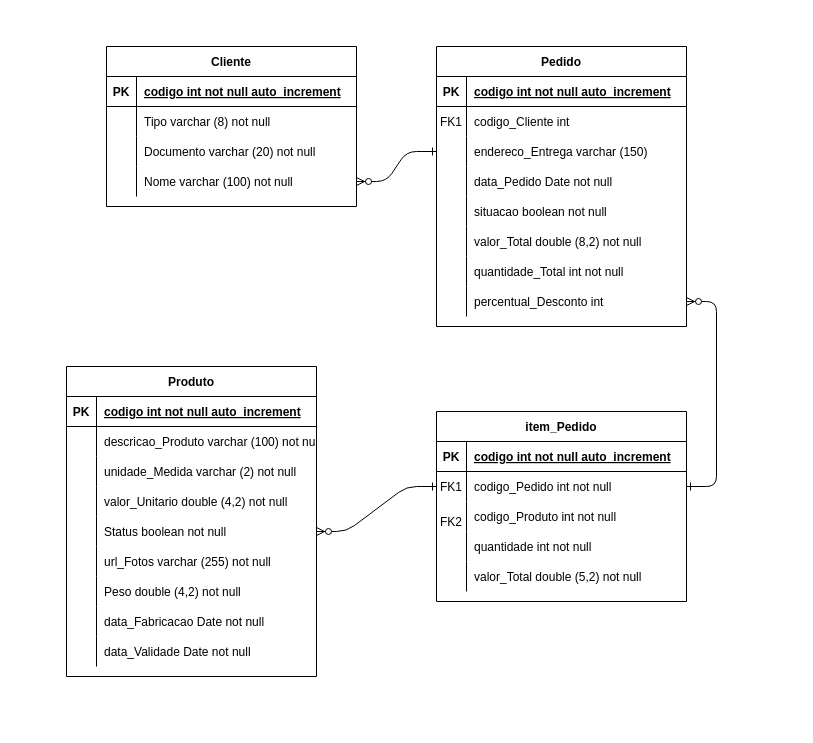
This is Modelagem/MER.drawio from anamelotm/Chocolate-ponto-e-virgula, a draw.io file, before an edit. Source tidied: cells renumbered, new cells numbered last; positions are measured from the earlier drawing's top-left corner, leaving out a move shared by most shapes. Both pictures are drawn from the tidied source at 100%, with x=0, y=0 at pixel (66, 46).
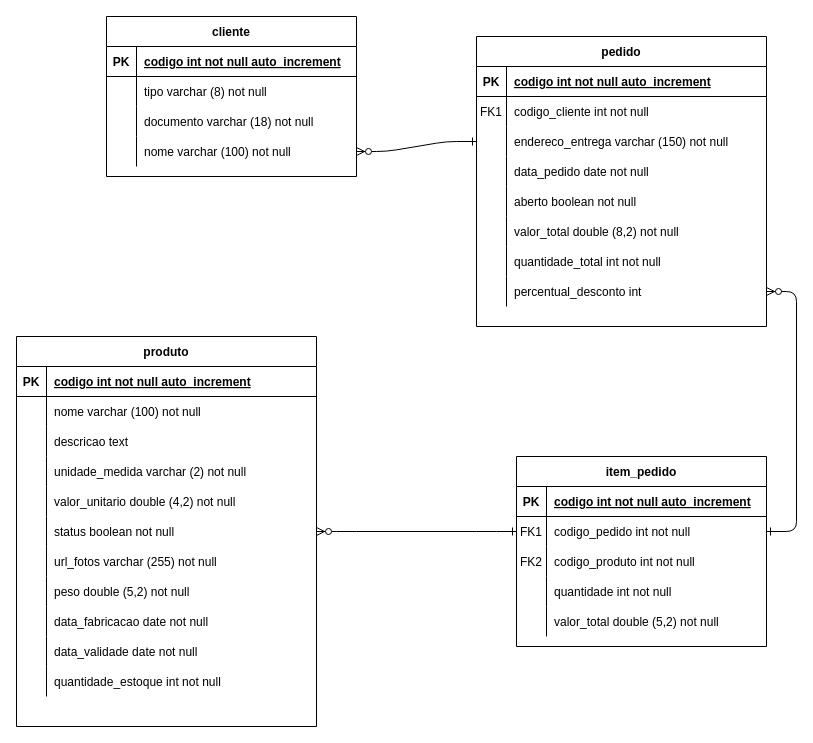
The same diagram, later.

Unchanged cells that the change refers to:
```xml
<mxCell id="31" style="shape=partialRectangle;fillColor=none;points=[[0,0.5],[1,0.5]];portConstraint=eastwest;top=0;left=0;right=0;bottom=0;" parent="27" vertex="1">
  <mxGeometry y="60" width="250" height="30" as="geometry" />
</mxCell>
<mxCell id="34" style="shape=partialRectangle;fillColor=none;top=0;left=0;right=0;bottom=0;" parent="27" vertex="1">
  <mxGeometry y="90" width="250" height="30" as="geometry" />
</mxCell>
<mxCell id="40" style="shape=partialRectangle;fillColor=none;top=0;left=0;right=0;bottom=0;" parent="27" vertex="1">
  <mxGeometry y="150" width="250" height="30" as="geometry" />
</mxCell>
<mxCell id="47" style="shape=partialRectangle;fillColor=none;top=0;left=0;right=0;bottom=0;" parent="43" vertex="1">
  <mxGeometry y="60" width="250" height="30" as="geometry" />
</mxCell>
<mxCell id="50" style="shape=partialRectangle;fillColor=none;top=0;left=0;right=0;bottom=0;" parent="43" vertex="1">
  <mxGeometry y="90" width="250" height="30" as="geometry" />
</mxCell>
<mxCell id="53" style="shape=partialRectangle;fillColor=none;points=[[0,0.5],[1,0.5]];portConstraint=eastwest;top=0;left=0;right=0;bottom=0;" parent="43" vertex="1">
  <mxGeometry y="120" width="250" height="30" as="geometry" />
</mxCell>
```

Diff of the diagram source:
```diff
@@
-    <mxCell id="2" value="Pedido" style="shape=table;startSize=30;childLayout=tableLayout;rowLines=0;fontStyle=1;align=center;" parent="1" vertex="1">
-      <mxGeometry x="370" width="250" height="280" as="geometry" />
+    <mxCell id="2" value="pedido" style="shape=table;startSize=30;childLayout=tableLayout;rowLines=0;fontStyle=1;align=center;" parent="1" vertex="1">
+      <mxGeometry x="410" y="-10" width="290" height="290" as="geometry" />
     </mxCell>
     <mxCell id="3" style="shape=partialRectangle;fillColor=none;top=0;left=0;right=0;bottom=1;" parent="2" vertex="1">
-      <mxGeometry y="30" width="250" height="30" as="geometry" />
+      <mxGeometry y="30" width="290" height="30" as="geometry" />
     </mxCell>
@@
     <mxCell id="5" value="codigo int not null auto_increment" style="shape=partialRectangle;overflow=hidden;fillColor=none;top=0;left=0;bottom=0;right=0;align=left;spacingLeft=6;fontStyle=5;" parent="3" vertex="1">
-      <mxGeometry x="30" width="220" height="30" as="geometry" />
+      <mxGeometry x="30" width="260" height="30" as="geometry" />
     </mxCell>
     <mxCell id="6" style="shape=partialRectangle;fillColor=none;top=0;left=0;right=0;bottom=0;" parent="2" vertex="1">
-      <mxGeometry y="60" width="250" height="30" as="geometry" />
+      <mxGeometry y="60" width="290" height="30" as="geometry" />
     </mxCell>
@@
-    <mxCell id="8" value="codigo_Cliente int" style="shape=partialRectangle;overflow=hidden;fillColor=none;top=0;left=0;bottom=0;right=0;align=left;spacingLeft=6;" parent="6" vertex="1">
-      <mxGeometry x="30" width="220" height="30" as="geometry" />
+    <mxCell id="8" value="codigo_cliente int not null" style="shape=partialRectangle;overflow=hidden;fillColor=none;top=0;left=0;bottom=0;right=0;align=left;spacingLeft=6;" parent="6" vertex="1">
+      <mxGeometry x="30" width="260" height="30" as="geometry" />
     </mxCell>
     <mxCell id="9" style="shape=partialRectangle;fillColor=none;points=[[0,0.5],[1,0.5]];portConstraint=eastwest;top=0;left=0;right=0;bottom=0;" parent="2" vertex="1">
-      <mxGeometry y="90" width="250" height="30" as="geometry" />
+      <mxGeometry y="90" width="290" height="30" as="geometry" />
     </mxCell>
@@
-    <mxCell id="11" value="endereco_Entrega varchar (150)" style="shape=partialRectangle;overflow=hidden;fillColor=none;top=0;left=0;bottom=0;right=0;align=left;spacingLeft=6;" parent="9" vertex="1">
-      <mxGeometry x="30" width="220" height="30" as="geometry" />
+    <mxCell id="11" value="endereco_entrega varchar (150) not null" style="shape=partialRectangle;overflow=hidden;fillColor=none;top=0;left=0;bottom=0;right=0;align=left;spacingLeft=6;" parent="9" vertex="1">
+      <mxGeometry x="30" width="260" height="30" as="geometry" />
     </mxCell>
     <mxCell id="12" style="shape=partialRectangle;fillColor=none;top=0;left=0;right=0;bottom=0;" parent="2" vertex="1">
-      <mxGeometry y="120" width="250" height="30" as="geometry" />
+      <mxGeometry y="120" width="290" height="30" as="geometry" />
     </mxCell>
@@
-    <mxCell id="14" value="data_Pedido Date not null" style="shape=partialRectangle;overflow=hidden;fillColor=none;top=0;left=0;bottom=0;right=0;align=left;spacingLeft=6;" parent="12" vertex="1">
-      <mxGeometry x="30" width="220" height="30" as="geometry" />
+    <mxCell id="14" value="data_pedido date not null" style="shape=partialRectangle;overflow=hidden;fillColor=none;top=0;left=0;bottom=0;right=0;align=left;spacingLeft=6;" parent="12" vertex="1">
+      <mxGeometry x="30" width="260" height="30" as="geometry" />
     </mxCell>
     <mxCell id="15" style="shape=partialRectangle;fillColor=none;top=0;left=0;right=0;bottom=0;" parent="2" vertex="1">
-      <mxGeometry y="150" width="250" height="30" as="geometry" />
+      <mxGeometry y="150" width="290" height="30" as="geometry" />
     </mxCell>
@@
-    <mxCell id="17" value="situacao boolean not null" style="shape=partialRectangle;overflow=hidden;fillColor=none;top=0;left=0;bottom=0;right=0;align=left;spacingLeft=6;" parent="15" vertex="1">
-      <mxGeometry x="30" width="220" height="30" as="geometry" />
+    <mxCell id="17" value="aberto boolean not null" style="shape=partialRectangle;overflow=hidden;fillColor=none;top=0;left=0;bottom=0;right=0;align=left;spacingLeft=6;" parent="15" vertex="1">
+      <mxGeometry x="30" width="260" height="30" as="geometry" />
     </mxCell>
     <mxCell id="18" style="shape=partialRectangle;fillColor=none;top=0;left=0;right=0;bottom=0;" parent="2" vertex="1">
-      <mxGeometry y="180" width="250" height="30" as="geometry" />
+      <mxGeometry y="180" width="290" height="30" as="geometry" />
     </mxCell>
@@
-    <mxCell id="20" value="valor_Total double (8,2) not null" style="shape=partialRectangle;overflow=hidden;fillColor=none;top=0;left=0;bottom=0;right=0;align=left;spacingLeft=6;" parent="18" vertex="1">
-      <mxGeometry x="30" width="220" height="30" as="geometry" />
+    <mxCell id="20" value="valor_total double (8,2) not null" style="shape=partialRectangle;overflow=hidden;fillColor=none;top=0;left=0;bottom=0;right=0;align=left;spacingLeft=6;" parent="18" vertex="1">
+      <mxGeometry x="30" width="260" height="30" as="geometry" />
     </mxCell>
     <mxCell id="21" style="shape=partialRectangle;fillColor=none;top=0;left=0;right=0;bottom=0;" parent="2" vertex="1">
-      <mxGeometry y="210" width="250" height="30" as="geometry" />
+      <mxGeometry y="210" width="290" height="30" as="geometry" />
     </mxCell>
@@
-    <mxCell id="23" value="quantidade_Total int not null" style="shape=partialRectangle;overflow=hidden;fillColor=none;top=0;left=0;bottom=0;right=0;align=left;spacingLeft=6;" parent="21" vertex="1">
-      <mxGeometry x="30" width="220" height="30" as="geometry" />
+    <mxCell id="23" value="quantidade_total int not null" style="shape=partialRectangle;overflow=hidden;fillColor=none;top=0;left=0;bottom=0;right=0;align=left;spacingLeft=6;" parent="21" vertex="1">
+      <mxGeometry x="30" width="260" height="30" as="geometry" />
     </mxCell>
     <mxCell id="24" style="shape=partialRectangle;fillColor=none;points=[[0,0.5],[1,0.5]];portConstraint=eastwest;top=0;left=0;right=0;bottom=0;" parent="2" vertex="1">
-      <mxGeometry y="240" width="250" height="30" as="geometry" />
+      <mxGeometry y="240" width="290" height="30" as="geometry" />
     </mxCell>
@@
-    <mxCell id="26" value="percentual_Desconto int" style="shape=partialRectangle;overflow=hidden;fillColor=none;top=0;left=0;bottom=0;right=0;align=left;spacingLeft=6;" parent="24" vertex="1">
-      <mxGeometry x="30" width="220" height="30" as="geometry" />
+    <mxCell id="26" value="percentual_desconto int" style="shape=partialRectangle;overflow=hidden;fillColor=none;top=0;left=0;bottom=0;right=0;align=left;spacingLeft=6;" parent="24" vertex="1">
+      <mxGeometry x="30" width="260" height="30" as="geometry" />
     </mxCell>
-    <mxCell id="27" value="item_Pedido" style="shape=table;startSize=30;childLayout=tableLayout;rowLines=0;fontStyle=1;align=center;" parent="1" vertex="1">
-      <mxGeometry x="370" y="365" width="250" height="190" as="geometry" />
+    <mxCell id="27" value="item_pedido" style="shape=table;startSize=30;childLayout=tableLayout;rowLines=0;fontStyle=1;align=center;" parent="1" vertex="1">
+      <mxGeometry x="450" y="410" width="250" height="190" as="geometry" />
     </mxCell>
@@
-    <mxCell id="33" value="codigo_Pedido int not null" style="shape=partialRectangle;overflow=hidden;fillColor=none;top=0;left=0;bottom=0;right=0;align=left;spacingLeft=6;" parent="31" vertex="1">
+    <mxCell id="33" value="codigo_pedido int not null" style="shape=partialRectangle;overflow=hidden;fillColor=none;top=0;left=0;bottom=0;right=0;align=left;spacingLeft=6;" parent="31" vertex="1">
       <mxGeometry x="30" width="220" height="30" as="geometry" />
     </mxCell>
@@
-    <mxCell id="35" style="shape=partialRectangle;overflow=hidden;fillColor=none;top=0;left=0;bottom=0;right=0;" parent="34" vertex="1">
+    <mxCell id="35" value="FK2" style="shape=partialRectangle;overflow=hidden;fillColor=none;top=0;left=0;bottom=0;right=0;" parent="34" vertex="1">
       <mxGeometry width="30" height="30" as="geometry" />
     </mxCell>
-    <mxCell id="36" value="codigo_Produto int not null" style="shape=partialRectangle;overflow=hidden;fillColor=none;top=0;left=0;bottom=0;right=0;align=left;spacingLeft=6;" parent="34" vertex="1">
+    <mxCell id="36" value="codigo_produto int not null" style="shape=partialRectangle;overflow=hidden;fillColor=none;top=0;left=0;bottom=0;right=0;align=left;spacingLeft=6;" parent="34" vertex="1">
       <mxGeometry x="30" width="220" height="30" as="geometry" />
     </mxCell>
@@
-    <mxCell id="42" value="valor_Total double (5,2) not null" style="shape=partialRectangle;overflow=hidden;fillColor=none;top=0;left=0;bottom=0;right=0;align=left;spacingLeft=6;" parent="40" vertex="1">
+    <mxCell id="42" value="valor_total double (5,2) not null" style="shape=partialRectangle;overflow=hidden;fillColor=none;top=0;left=0;bottom=0;right=0;align=left;spacingLeft=6;" parent="40" vertex="1">
       <mxGeometry x="30" width="220" height="30" as="geometry" />
     </mxCell>
-    <mxCell id="43" value="Cliente" style="shape=table;startSize=30;childLayout=tableLayout;rowLines=0;fontStyle=1;align=center;" parent="1" vertex="1">
-      <mxGeometry x="40" width="250" height="160" as="geometry" />
+    <mxCell id="43" value="cliente" style="shape=table;startSize=30;childLayout=tableLayout;rowLines=0;fontStyle=1;align=center;" parent="1" vertex="1">
+      <mxGeometry x="40" y="-30" width="250" height="160" as="geometry" />
     </mxCell>
@@
-    <mxCell id="49" value="Tipo varchar (8) not null" style="shape=partialRectangle;overflow=hidden;fillColor=none;top=0;left=0;bottom=0;right=0;align=left;spacingLeft=6;" parent="47" vertex="1">
+    <mxCell id="49" value="tipo varchar (8) not null" style="shape=partialRectangle;overflow=hidden;fillColor=none;top=0;left=0;bottom=0;right=0;align=left;spacingLeft=6;" parent="47" vertex="1">
       <mxGeometry x="30" width="220" height="30" as="geometry" />
     </mxCell>
@@
-    <mxCell id="52" value="Documento varchar (20) not null" style="shape=partialRectangle;overflow=hidden;fillColor=none;top=0;left=0;bottom=0;right=0;align=left;spacingLeft=6;" parent="50" vertex="1">
+    <mxCell id="52" value="documento varchar (18) not null" style="shape=partialRectangle;overflow=hidden;fillColor=none;top=0;left=0;bottom=0;right=0;align=left;spacingLeft=6;" parent="50" vertex="1">
       <mxGeometry x="30" width="220" height="30" as="geometry" />
     </mxCell>
@@
-    <mxCell id="55" value="Nome varchar (100) not null" style="shape=partialRectangle;overflow=hidden;fillColor=none;top=0;left=0;bottom=0;right=0;align=left;spacingLeft=6;" parent="53" vertex="1">
+    <mxCell id="55" value="nome varchar (100) not null" style="shape=partialRectangle;overflow=hidden;fillColor=none;top=0;left=0;bottom=0;right=0;align=left;spacingLeft=6;" parent="53" vertex="1">
       <mxGeometry x="30" width="220" height="30" as="geometry" />
     </mxCell>
-    <mxCell id="56" value="FK2" style="shape=partialRectangle;overflow=hidden;fillColor=none;top=0;left=0;bottom=0;right=0;" parent="1" vertex="1">
-      <mxGeometry x="370" y="460" width="30" height="30" as="geometry" />
-    </mxCell>
-    <mxCell id="57" value="Produto" style="shape=table;startSize=30;childLayout=tableLayout;rowLines=0;fontStyle=1;align=center;" parent="1" vertex="1">
-      <mxGeometry y="320" width="250" height="310" as="geometry" />
+    <mxCell id="57" value="produto" style="shape=table;startSize=30;childLayout=tableLayout;rowLines=0;fontStyle=1;align=center;" parent="1" vertex="1">
+      <mxGeometry x="-50" y="290" width="300" height="390" as="geometry" />
     </mxCell>
     <mxCell id="58" style="shape=partialRectangle;fillColor=none;top=0;left=0;right=0;bottom=1;" parent="57" vertex="1">
-      <mxGeometry y="30" width="250" height="30" as="geometry" />
+      <mxGeometry y="30" width="300" height="30" as="geometry" />
     </mxCell>
@@
     <mxCell id="60" value="codigo int not null auto_increment" style="shape=partialRectangle;overflow=hidden;fillColor=none;top=0;left=0;bottom=0;right=0;align=left;spacingLeft=6;fontStyle=5;" parent="58" vertex="1">
-      <mxGeometry x="30" width="220" height="30" as="geometry" />
+      <mxGeometry x="30" width="270" height="30" as="geometry" />
     </mxCell>
     <mxCell id="61" style="shape=partialRectangle;fillColor=none;top=0;left=0;right=0;bottom=0;" parent="57" vertex="1">
-      <mxGeometry y="60" width="250" height="30" as="geometry" />
+      <mxGeometry y="60" width="300" height="30" as="geometry" />
     </mxCell>
@@
-    <mxCell id="63" value="descricao_Produto varchar (100) not null" style="shape=partialRectangle;overflow=hidden;fillColor=none;top=0;left=0;bottom=0;right=0;align=left;spacingLeft=6;" parent="61" vertex="1">
-      <mxGeometry x="30" width="220" height="30" as="geometry" />
+    <mxCell id="63" value="nome varchar (100) not null" style="shape=partialRectangle;overflow=hidden;fillColor=none;top=0;left=0;bottom=0;right=0;align=left;spacingLeft=6;" parent="61" vertex="1">
+      <mxGeometry x="30" width="270" height="30" as="geometry" />
     </mxCell>
+    <mxCell id="88" style="shape=partialRectangle;fillColor=none;top=0;left=0;right=0;bottom=0;" parent="57" vertex="1">
+      <mxGeometry y="90" width="300" height="30" as="geometry" />
+    </mxCell>
+    <mxCell id="89" style="shape=partialRectangle;overflow=hidden;fillColor=none;top=0;left=0;bottom=0;right=0;" parent="88" vertex="1">
+      <mxGeometry width="30" height="30" as="geometry" />
+    </mxCell>
+    <mxCell id="90" value="descricao text " style="shape=partialRectangle;overflow=hidden;fillColor=none;top=0;left=0;bottom=0;right=0;align=left;spacingLeft=6;" parent="88" vertex="1">
+      <mxGeometry x="30" width="270" height="30" as="geometry" />
+    </mxCell>
     <mxCell id="64" style="shape=partialRectangle;fillColor=none;top=0;left=0;right=0;bottom=0;" parent="57" vertex="1">
-      <mxGeometry y="90" width="250" height="30" as="geometry" />
+      <mxGeometry y="120" width="300" height="30" as="geometry" />
     </mxCell>
@@
-    <mxCell id="66" value="unidade_Medida varchar (2) not null" style="shape=partialRectangle;overflow=hidden;fillColor=none;top=0;left=0;bottom=0;right=0;align=left;spacingLeft=6;" parent="64" vertex="1">
-      <mxGeometry x="30" width="220" height="30" as="geometry" />
+    <mxCell id="66" value="unidade_medida varchar (2) not null" style="shape=partialRectangle;overflow=hidden;fillColor=none;top=0;left=0;bottom=0;right=0;align=left;spacingLeft=6;" parent="64" vertex="1">
+      <mxGeometry x="30" width="270" height="30" as="geometry" />
     </mxCell>
     <mxCell id="67" style="shape=partialRectangle;fillColor=none;top=0;left=0;right=0;bottom=0;" parent="57" vertex="1">
-      <mxGeometry y="120" width="250" height="30" as="geometry" />
+      <mxGeometry y="150" width="300" height="30" as="geometry" />
     </mxCell>
@@
-    <mxCell id="69" value="valor_Unitario double (4,2) not null" style="shape=partialRectangle;overflow=hidden;fillColor=none;top=0;left=0;bottom=0;right=0;align=left;spacingLeft=6;" parent="67" vertex="1">
-      <mxGeometry x="30" width="220" height="30" as="geometry" />
+    <mxCell id="69" value="valor_unitario double (4,2) not null" style="shape=partialRectangle;overflow=hidden;fillColor=none;top=0;left=0;bottom=0;right=0;align=left;spacingLeft=6;" parent="67" vertex="1">
+      <mxGeometry x="30" width="270" height="30" as="geometry" />
     </mxCell>
     <mxCell id="70" style="shape=partialRectangle;fillColor=none;points=[[0,0.5],[1,0.5]];portConstraint=eastwest;top=0;left=0;right=0;bottom=0;" parent="57" vertex="1">
-      <mxGeometry y="150" width="250" height="30" as="geometry" />
+      <mxGeometry y="180" width="300" height="30" as="geometry" />
     </mxCell>
@@
-    <mxCell id="72" value="Status boolean not null" style="shape=partialRectangle;overflow=hidden;fillColor=none;top=0;left=0;bottom=0;right=0;align=left;spacingLeft=6;" parent="70" vertex="1">
-      <mxGeometry x="30" width="220" height="30" as="geometry" />
+    <mxCell id="72" value="status boolean not null" style="shape=partialRectangle;overflow=hidden;fillColor=none;top=0;left=0;bottom=0;right=0;align=left;spacingLeft=6;" parent="70" vertex="1">
+      <mxGeometry x="30" width="270" height="30" as="geometry" />
     </mxCell>
     <mxCell id="73" style="shape=partialRectangle;fillColor=none;top=0;left=0;right=0;bottom=0;" parent="57" vertex="1">
-      <mxGeometry y="180" width="250" height="30" as="geometry" />
+      <mxGeometry y="210" width="300" height="30" as="geometry" />
     </mxCell>
@@
-    <mxCell id="75" value="url_Fotos varchar (255) not null" style="shape=partialRectangle;overflow=hidden;fillColor=none;top=0;left=0;bottom=0;right=0;align=left;spacingLeft=6;" parent="73" vertex="1">
-      <mxGeometry x="30" width="220" height="30" as="geometry" />
+    <mxCell id="75" value="url_fotos varchar (255) not null" style="shape=partialRectangle;overflow=hidden;fillColor=none;top=0;left=0;bottom=0;right=0;align=left;spacingLeft=6;" parent="73" vertex="1">
+      <mxGeometry x="30" width="270" height="30" as="geometry" />
     </mxCell>
     <mxCell id="76" style="shape=partialRectangle;fillColor=none;top=0;left=0;right=0;bottom=0;" parent="57" vertex="1">
-      <mxGeometry y="210" width="250" height="30" as="geometry" />
+      <mxGeometry y="240" width="300" height="30" as="geometry" />
     </mxCell>
@@
-    <mxCell id="78" value="Peso double (4,2) not null" style="shape=partialRectangle;overflow=hidden;fillColor=none;top=0;left=0;bottom=0;right=0;align=left;spacingLeft=6;" parent="76" vertex="1">
-      <mxGeometry x="30" width="220" height="30" as="geometry" />
+    <mxCell id="78" value="peso double (5,2) not null" style="shape=partialRectangle;overflow=hidden;fillColor=none;top=0;left=0;bottom=0;right=0;align=left;spacingLeft=6;" parent="76" vertex="1">
+      <mxGeometry x="30" width="270" height="30" as="geometry" />
     </mxCell>
     <mxCell id="79" style="shape=partialRectangle;fillColor=none;top=0;left=0;right=0;bottom=0;" parent="57" vertex="1">
-      <mxGeometry y="240" width="250" height="30" as="geometry" />
+      <mxGeometry y="270" width="300" height="30" as="geometry" />
     </mxCell>
@@
-    <mxCell id="81" value="data_Fabricacao Date not null " style="shape=partialRectangle;overflow=hidden;fillColor=none;top=0;left=0;bottom=0;right=0;align=left;spacingLeft=6;" parent="79" vertex="1">
-      <mxGeometry x="30" width="220" height="30" as="geometry" />
+    <mxCell id="81" value="data_fabricacao date not null " style="shape=partialRectangle;overflow=hidden;fillColor=none;top=0;left=0;bottom=0;right=0;align=left;spacingLeft=6;" parent="79" vertex="1">
+      <mxGeometry x="30" width="270" height="30" as="geometry" />
     </mxCell>
     <mxCell id="82" style="shape=partialRectangle;fillColor=none;top=0;left=0;right=0;bottom=0;" parent="57" vertex="1">
-      <mxGeometry y="270" width="250" height="30" as="geometry" />
+      <mxGeometry y="300" width="300" height="30" as="geometry" />
     </mxCell>
@@
-    <mxCell id="84" value="data_Validade Date not null" style="shape=partialRectangle;overflow=hidden;fillColor=none;top=0;left=0;bottom=0;right=0;align=left;spacingLeft=6;" parent="82" vertex="1">
-      <mxGeometry x="30" width="220" height="30" as="geometry" />
+    <mxCell id="84" value="data_validade date not null" style="shape=partialRectangle;overflow=hidden;fillColor=none;top=0;left=0;bottom=0;right=0;align=left;spacingLeft=6;" parent="82" vertex="1">
+      <mxGeometry x="30" width="270" height="30" as="geometry" />
     </mxCell>
+    <mxCell id="91" style="shape=partialRectangle;fillColor=none;top=0;left=0;right=0;bottom=0;" parent="57" vertex="1">
+      <mxGeometry y="330" width="300" height="30" as="geometry" />
+    </mxCell>
+    <mxCell id="92" style="shape=partialRectangle;overflow=hidden;fillColor=none;top=0;left=0;bottom=0;right=0;" parent="91" vertex="1">
+      <mxGeometry width="30" height="30" as="geometry" />
+    </mxCell>
+    <mxCell id="93" value="quantidade_estoque int not null" style="shape=partialRectangle;overflow=hidden;fillColor=none;top=0;left=0;bottom=0;right=0;align=left;spacingLeft=6;" parent="91" vertex="1">
+      <mxGeometry x="30" width="270" height="30" as="geometry" />
+    </mxCell>
```
